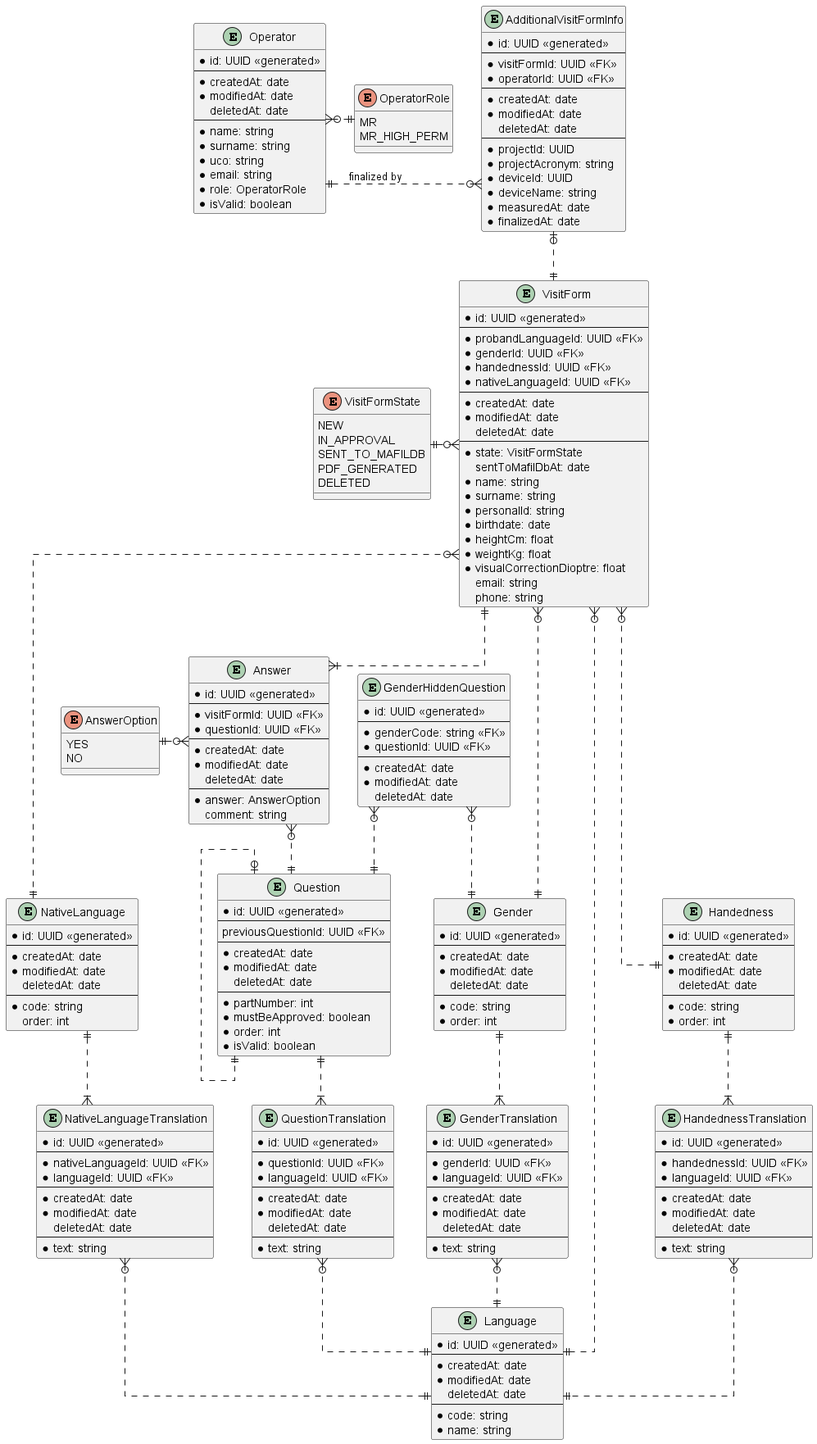
lukas-kratochvil/mafil-proband-safety-questionnaire keeps this PlantUML diagram as docs/ERD.png. Above is the earlier version.
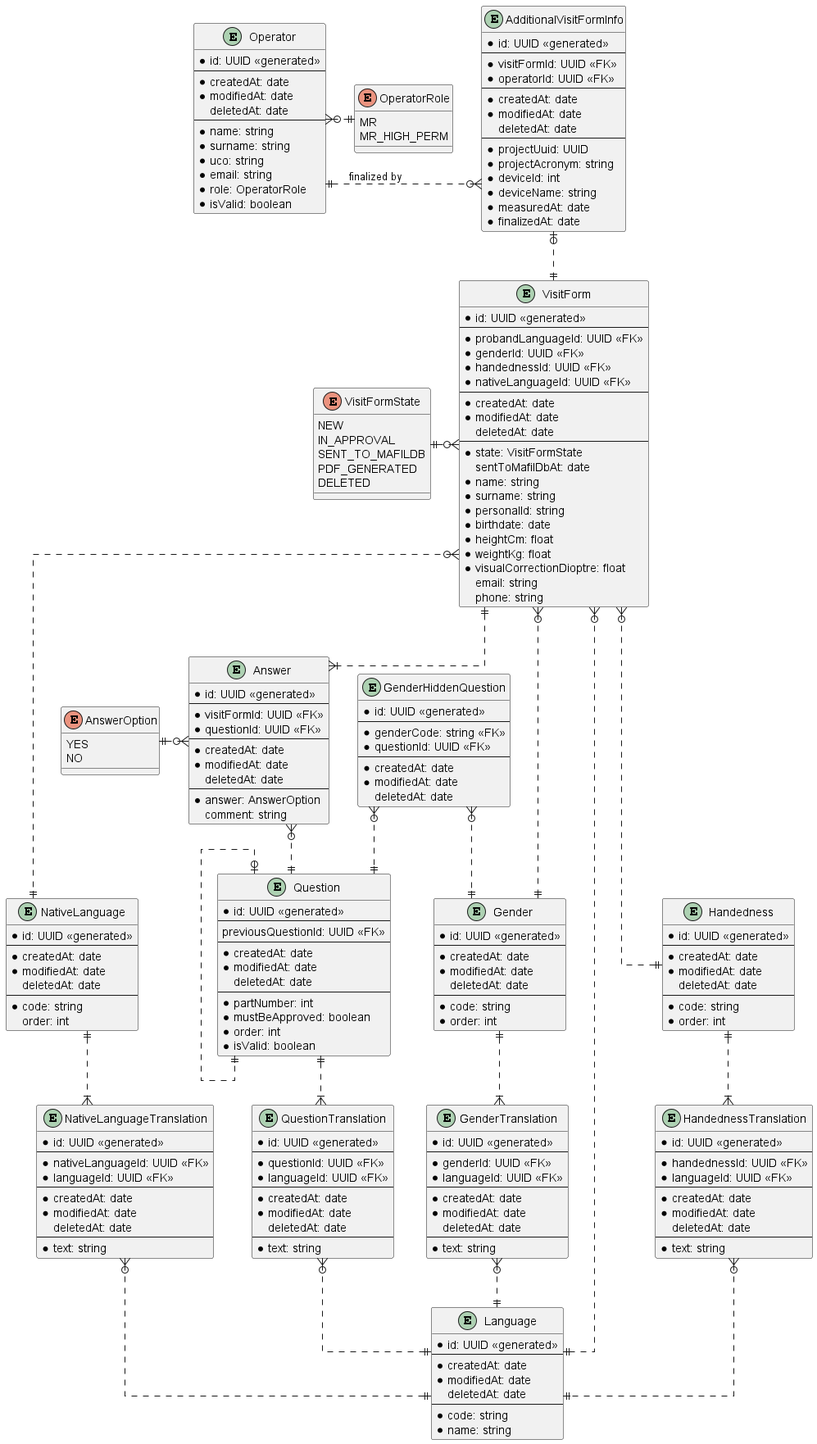
The same diagram one commit later.

Commit message:
fix: corrected ERD

Change to the diagram source:
```diff
@@ -65,9 +65,9 @@
   * modifiedAt: date
   deletedAt: date
   ---
-  * projectId: UUID
+  * projectUuid: UUID
   * projectAcronym: string
-  * deviceId: UUID
+  * deviceId: int
   * deviceName: string
   * measuredAt: date
   * finalizedAt: date
```
